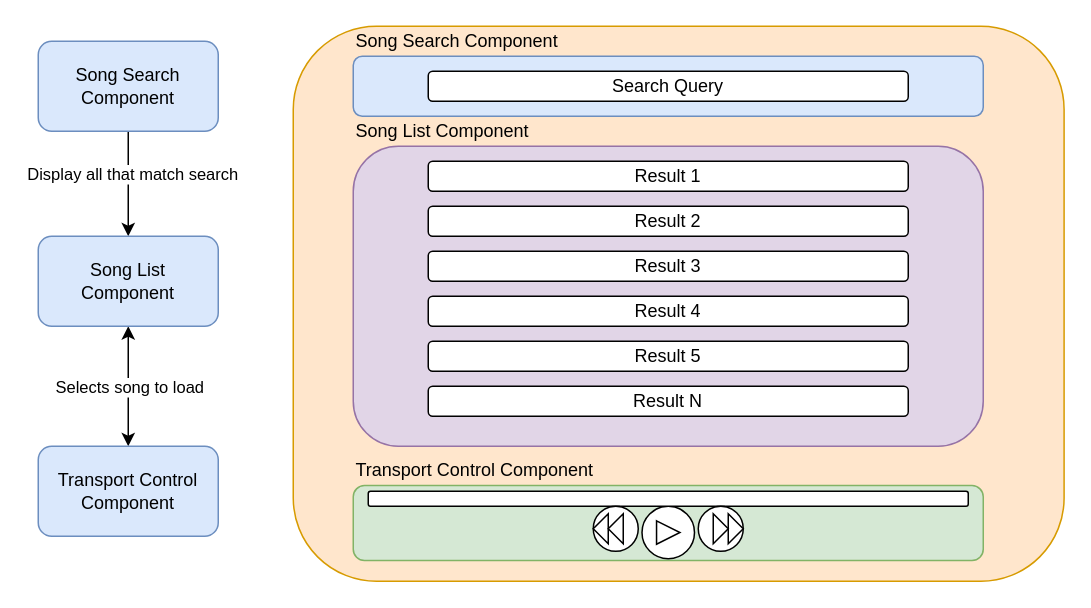
This is react-ui.drawio from matthew-c-atu/project-diagrams, a draw.io file, before an edit. Source tidied: cells renumbered, new cells numbered last; positions are measured from the earlier drawing's top-left corner, leaving out a move shared by most shapes. Both pictures are drawn from the tidied source at 150%, with x=0, y=0 at pixel (38, 26).
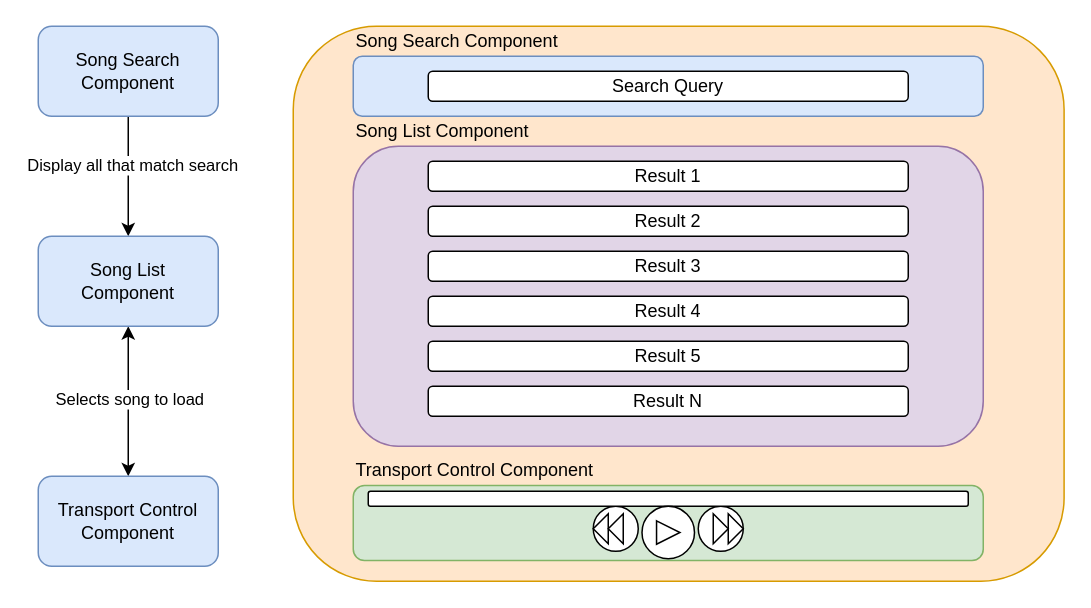
The same diagram, later.

What changed in the source:
```diff
@@
-    <mxCell id="2" style="rounded=1;whiteSpace=wrap;html=1;fillColor=#ffe6cc;strokeColor=#d79b00;" parent="1" vertex="1">
-      <mxGeometry x="170" width="513.9" height="370" as="geometry" />
-    </mxCell>
-    <mxCell id="3" style="rounded=1;whiteSpace=wrap;html=1;fillColor=#d5e8d4;strokeColor=#82b366;" parent="1" vertex="1">
-      <mxGeometry x="210" y="306.2" width="420" height="50" as="geometry" />
-    </mxCell>
@@
     <mxCell id="6" value="Song Search Component" style="rounded=1;whiteSpace=wrap;html=1;fillColor=#dae8fc;strokeColor=#6c8ebf;" parent="1" vertex="1">
-      <mxGeometry y="10" width="120" height="60" as="geometry" />
+      <mxGeometry width="120" height="60" as="geometry" />
     </mxCell>
@@
     <mxCell id="10" value="&lt;div&gt;Transport Control&lt;/div&gt;&lt;div&gt;Component&lt;br&gt;&lt;/div&gt;" style="rounded=1;whiteSpace=wrap;html=1;fillColor=#dae8fc;strokeColor=#6c8ebf;" parent="1" vertex="1">
-      <mxGeometry y="280" width="120" height="60" as="geometry" />
+      <mxGeometry y="300" width="120" height="60" as="geometry" />
     </mxCell>
+    <mxCell id="38" style="group;" parent="1" vertex="1">
+      <mxGeometry x="170" width="513.9" height="370" as="geometry" />
+    </mxCell>
+    <mxCell id="2" style="rounded=1;whiteSpace=wrap;html=1;fillColor=#ffe6cc;strokeColor=#d79b00;" parent="38" vertex="1">
+      <mxGeometry width="513.9" height="370" as="geometry" />
+    </mxCell>
-    <mxCell id="11" style="group;" parent="1" vertex="1">
-      <mxGeometry x="210" y="80" width="420" height="200" as="geometry" />
+    <mxCell id="11" style="group;" parent="38" vertex="1">
+      <mxGeometry x="40" y="80" width="420" height="200" as="geometry" />
     </mxCell>
@@
-    <mxCell id="21" style="group;" parent="1" vertex="1">
-      <mxGeometry x="210" width="420" height="60" as="geometry" />
+    <mxCell id="21" style="group;" parent="38" vertex="1">
+      <mxGeometry x="40" width="420" height="60" as="geometry" />
     </mxCell>
@@
-    <mxCell id="25" style="group;" parent="1" vertex="1">
-      <mxGeometry x="402.5" y="320" width="227.5" height="42.5" as="geometry" />
-    </mxCell>
-    <mxCell id="26" style="ellipse;whiteSpace=wrap;html=1;" parent="25" vertex="1">
-      <mxGeometry width="35" height="35" as="geometry" />
-    </mxCell>
-    <mxCell id="27" style="triangle;whiteSpace=wrap;html=1;" parent="25" vertex="1">
-      <mxGeometry x="9.7" y="9.7" width="15.6" height="15.6" as="geometry" />
-    </mxCell>
+    <mxCell id="39" style="group;" parent="38" vertex="1">
+      <mxGeometry x="40" y="286.2" width="420" height="70" as="geometry" />
+    </mxCell>
+    <mxCell id="3" style="rounded=1;whiteSpace=wrap;html=1;fillColor=#d5e8d4;strokeColor=#82b366;" parent="39" vertex="1">
+      <mxGeometry y="20" width="420" height="50" as="geometry" />
+    </mxCell>
-    <mxCell id="28" value="Transport Control Component" style="text;html=1;align=left;verticalAlign=middle;whiteSpace=wrap;rounded=0;" parent="1" vertex="1">
-      <mxGeometry x="210" y="286.2" width="190" height="20" as="geometry" />
+    <mxCell id="28" value="Transport Control Component" style="text;html=1;align=left;verticalAlign=middle;whiteSpace=wrap;rounded=0;" parent="39" vertex="1">
+      <mxGeometry width="190" height="20" as="geometry" />
     </mxCell>
-    <mxCell id="29" style="rounded=1;whiteSpace=wrap;html=1;" parent="1" vertex="1">
-      <mxGeometry x="220" y="310" width="400" height="10" as="geometry" />
-    </mxCell>
-    <mxCell id="30" style="group;" parent="1" vertex="1">
-      <mxGeometry x="440" y="320" width="30" height="30" as="geometry" />
+    <mxCell id="30" style="group;" parent="39" vertex="1">
+      <mxGeometry x="230" y="33.8" width="30" height="30" as="geometry" />
     </mxCell>
+    <mxCell id="40" style="group;" parent="30" vertex="1">
+      <mxGeometry width="30" height="30" as="geometry" />
+    </mxCell>
-    <mxCell id="31" style="ellipse;whiteSpace=wrap;html=1;" parent="30" vertex="1">
+    <mxCell id="31" style="ellipse;whiteSpace=wrap;html=1;" parent="40" vertex="1">
       <mxGeometry width="30" height="30" as="geometry" />
     </mxCell>
-    <mxCell id="32" style="triangle;whiteSpace=wrap;html=1;" parent="30" vertex="1">
+    <mxCell id="32" style="triangle;whiteSpace=wrap;html=1;" parent="40" vertex="1">
       <mxGeometry x="20" y="5" width="10" height="20" as="geometry" />
     </mxCell>
-    <mxCell id="33" style="triangle;whiteSpace=wrap;html=1;" parent="30" vertex="1">
+    <mxCell id="33" style="triangle;whiteSpace=wrap;html=1;" parent="40" vertex="1">
       <mxGeometry x="10" y="5" width="10" height="20" as="geometry" />
     </mxCell>
-    <mxCell id="34" style="group;" parent="1" vertex="1">
-      <mxGeometry x="370" y="320" width="30" height="30" as="geometry" />
+    <mxCell id="34" style="group;" parent="39" vertex="1">
+      <mxGeometry x="160" y="33.8" width="30" height="30" as="geometry" />
     </mxCell>
+    <mxCell id="41" style="group;" parent="34" vertex="1">
+      <mxGeometry width="30" height="30" as="geometry" />
+    </mxCell>
-    <mxCell id="35" style="ellipse;whiteSpace=wrap;html=1;" parent="34" vertex="1">
+    <mxCell id="35" style="ellipse;whiteSpace=wrap;html=1;" parent="41" vertex="1">
       <mxGeometry width="30" height="30" as="geometry" />
     </mxCell>
-    <mxCell id="36" style="triangle;whiteSpace=wrap;html=1;direction=west;" parent="34" vertex="1">
+    <mxCell id="36" style="triangle;whiteSpace=wrap;html=1;direction=west;" parent="41" vertex="1">
       <mxGeometry y="5" width="10" height="20" as="geometry" />
     </mxCell>
-    <mxCell id="37" style="triangle;whiteSpace=wrap;html=1;direction=west;" parent="34" vertex="1">
+    <mxCell id="37" style="triangle;whiteSpace=wrap;html=1;direction=west;" parent="41" vertex="1">
       <mxGeometry x="10" y="5" width="10" height="20" as="geometry" />
     </mxCell>
+    <mxCell id="29" style="rounded=1;whiteSpace=wrap;html=1;" parent="39" vertex="1">
+      <mxGeometry x="10" y="23.8" width="400" height="10" as="geometry" />
+    </mxCell>
+    <mxCell id="42" style="group;" parent="39" vertex="1">
+      <mxGeometry x="192.5" y="33.8" width="35" height="35" as="geometry" />
+    </mxCell>
+    <mxCell id="26" style="ellipse;whiteSpace=wrap;html=1;" parent="42" vertex="1">
+      <mxGeometry width="35" height="35" as="geometry" />
+    </mxCell>
+    <mxCell id="27" style="triangle;whiteSpace=wrap;html=1;" parent="42" vertex="1">
+      <mxGeometry x="9.7" y="9.7" width="15.6" height="15.6" as="geometry" />
+    </mxCell>
```
